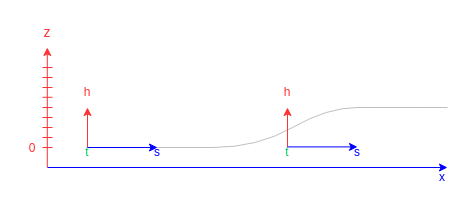
This is page "Page-8" (8 of 9) of Untitled Diagram.drawio from IMGSaibh/Links, a draw.io file, before an edit. Source tidied: cells renumbered, new cells numbered last; positions are measured from the earlier drawing's top-left corner, leaving out a move shared by most shapes. Both pictures are drawn from the tidied source at 100%, with x=0, y=0 at pixel (17, 17).
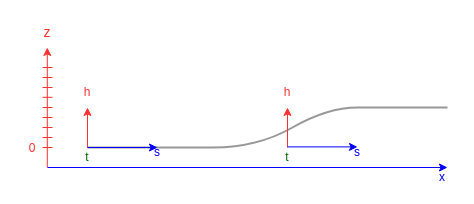
After the change.

Diff of the diagram source:
```diff
@@
-    <mxCell id="6" style="curved=1;endArrow=none;html=1;rounded=0;fontSize=14;fontColor=#0000FF;strokeColor=#808080;strokeWidth=1;opacity=50;endFill=0;" parent="1" edge="1">
+    <mxCell id="6" style="curved=1;endArrow=none;html=1;rounded=0;fontSize=14;fontColor=#0000FF;strokeColor=#333333;strokeWidth=2;opacity=50;endFill=0;" parent="1" edge="1">
       <mxGeometry relative="1" as="geometry">
         <mxPoint x="70" y="130" as="sourcePoint" />
         <mxPoint x="430" y="90" as="targetPoint" />
         <Array as="points">
           <mxPoint x="150" y="130" />
           <mxPoint x="240" y="130" />
           <mxPoint x="310" y="90" />
           <mxPoint x="370" y="90" />
         </Array>
       </mxGeometry>
     </mxCell>
@@
-    <mxCell id="9" value="&lt;font color=&quot;#00CC66&quot;&gt;t&lt;/font&gt;" style="text;html=1;strokeColor=none;fillColor=none;align=center;verticalAlign=middle;whiteSpace=wrap;rounded=0;" parent="1" vertex="1">
-      <mxGeometry x="60" y="130" width="20" height="10" as="geometry" />
+    <mxCell id="9" value="&lt;font color=&quot;#006600&quot;&gt;t&lt;/font&gt;" style="text;html=1;strokeColor=none;fillColor=none;align=center;verticalAlign=middle;whiteSpace=wrap;rounded=0;" parent="1" vertex="1">
+      <mxGeometry x="60" y="130" width="20" height="20" as="geometry" />
     </mxCell>
@@
-    <mxCell id="13" value="&lt;font color=&quot;#00CC66&quot;&gt;t&lt;/font&gt;" style="text;html=1;strokeColor=none;fillColor=none;align=center;verticalAlign=middle;whiteSpace=wrap;rounded=0;" parent="1" vertex="1">
-      <mxGeometry x="260" y="130" width="20" height="10" as="geometry" />
+    <mxCell id="13" value="&lt;font color=&quot;#006600&quot;&gt;t&lt;/font&gt;" style="text;html=1;strokeColor=none;fillColor=none;align=center;verticalAlign=middle;whiteSpace=wrap;rounded=0;" parent="1" vertex="1">
+      <mxGeometry x="260" y="130" width="20" height="20" as="geometry" />
     </mxCell>
```
